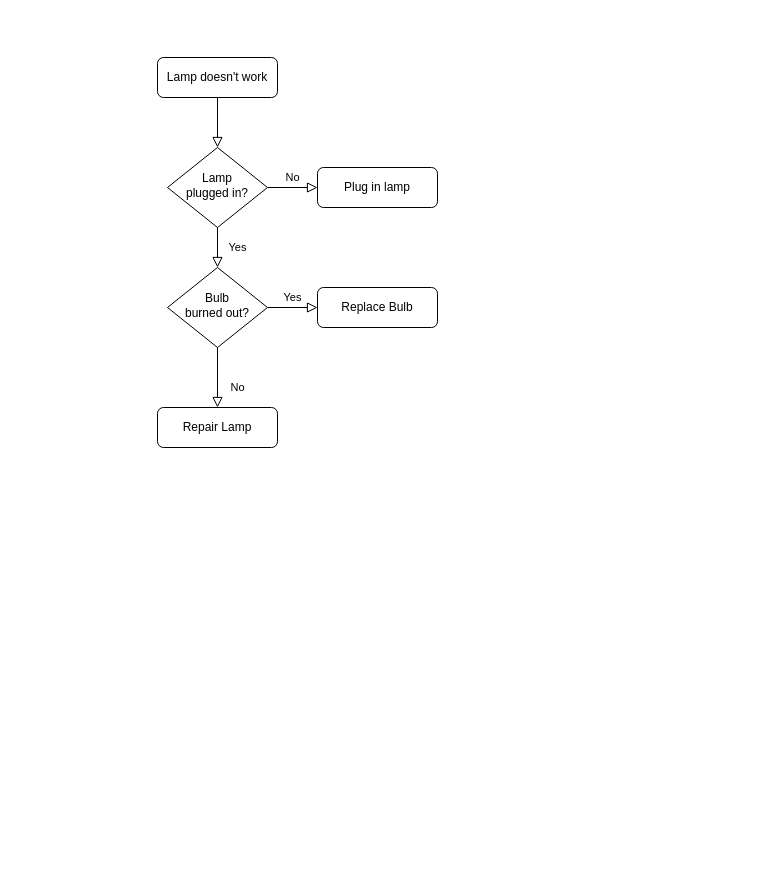
paucoma/diagrams_dot_net keeps this draw.io diagram as AdicPrepCrypt_Flow.drawio. Above is the earlier version. Source tidied: cells renumbered, new cells numbered last; positions are measured from the earlier drawing's top-left corner, leaving out a move shared by most shapes. Both pictures are drawn from the tidied source at 100%, with x=0, y=0 at pixel (157, 57).
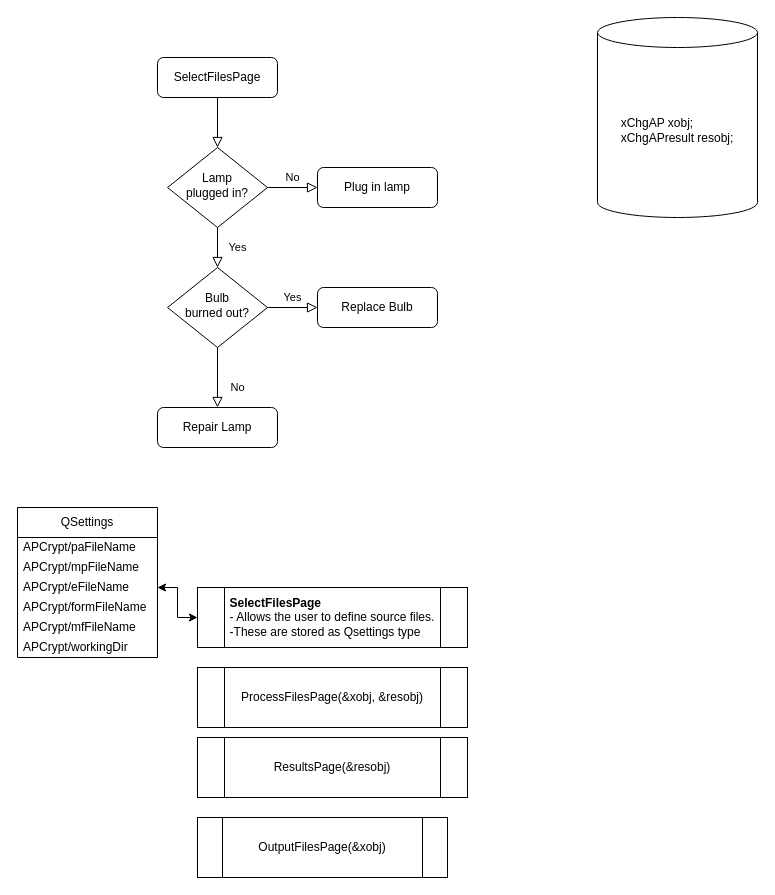
Above is the later version.

Commit message:
Done first pass SelectFilesPage

Diff of the diagram source:
```diff
@@
-    <mxCell id="3" value="Lamp doesn't work" style="rounded=1;whiteSpace=wrap;html=1;fontSize=12;glass=0;strokeWidth=1;shadow=0;" parent="1" vertex="1">
+    <mxCell id="3" value="SelectFilesPage" style="rounded=1;whiteSpace=wrap;html=1;fontSize=12;glass=0;strokeWidth=1;shadow=0;" parent="1" vertex="1">
       <mxGeometry width="120" height="40" as="geometry" />
     </mxCell>
@@
+    <mxCell id="13" value="&lt;div style=&quot;text-align: left;&quot;&gt;xChgAP xobj;&lt;/div&gt;&lt;div style=&quot;text-align: left;&quot;&gt; xChgAPresult resobj;&lt;/div&gt;" style="shape=cylinder3;whiteSpace=wrap;html=1;boundedLbl=1;backgroundOutline=1;size=15;" parent="1" vertex="1">
+      <mxGeometry x="440" y="-40" width="160" height="200" as="geometry" />
+    </mxCell>
+    <mxCell id="14" value="&lt;div style=&quot;text-align: left;&quot;&gt;&lt;span style=&quot;background-color: initial;&quot;&gt;&lt;b&gt;SelectFilesPage&lt;/b&gt;&lt;/span&gt;&lt;/div&gt;&lt;div style=&quot;text-align: left;&quot;&gt;&lt;span style=&quot;background-color: initial;&quot;&gt;- Allows the user to define source files.&lt;/span&gt;&lt;/div&gt;&lt;div style=&quot;text-align: left;&quot;&gt;&lt;span style=&quot;background-color: initial;&quot;&gt;-These are stored as Qsettings type&lt;/span&gt;&lt;/div&gt;" style="shape=process;whiteSpace=wrap;html=1;backgroundOutline=1;" parent="1" vertex="1">
+      <mxGeometry x="40" y="530" width="270" height="60" as="geometry" />
+    </mxCell>
+    <mxCell id="15" value="ProcessFilesPage(&amp;amp;xobj, &amp;amp;resobj)" style="shape=process;whiteSpace=wrap;html=1;backgroundOutline=1;" parent="1" vertex="1">
+      <mxGeometry x="40" y="610" width="270" height="60" as="geometry" />
+    </mxCell>
+    <mxCell id="16" value="ResultsPage(&amp;amp;resobj)" style="shape=process;whiteSpace=wrap;html=1;backgroundOutline=1;" parent="1" vertex="1">
+      <mxGeometry x="40" y="680" width="270" height="60" as="geometry" />
+    </mxCell>
+    <mxCell id="17" value="OutputFilesPage(&amp;amp;xobj)" style="shape=process;whiteSpace=wrap;html=1;backgroundOutline=1;" parent="1" vertex="1">
+      <mxGeometry x="40" y="760" width="250" height="60" as="geometry" />
+    </mxCell>
+    <mxCell id="18" value="QSettings" style="swimlane;fontStyle=0;horizontal=1;startSize=30;whiteSpace=wrap;html=1;" parent="1" vertex="1">
+      <mxGeometry x="-140" y="450" width="140" height="150" as="geometry" />
+    </mxCell>
+    <mxCell id="19" value="APCrypt/paFileName" style="text;strokeColor=none;fillColor=none;align=left;verticalAlign=middle;spacingLeft=4;spacingRight=4;overflow=hidden;whiteSpace=wrap;html=1;" parent="18" vertex="1">
+      <mxGeometry y="30" width="140" height="20" as="geometry" />
+    </mxCell>
+    <mxCell id="20" value="&lt;div&gt;APCrypt/mpFileName&lt;/div&gt;" style="text;strokeColor=none;fillColor=none;align=left;verticalAlign=middle;spacingLeft=4;spacingRight=4;overflow=hidden;whiteSpace=wrap;html=1;" parent="18" vertex="1">
+      <mxGeometry y="50" width="140" height="20" as="geometry" />
+    </mxCell>
+    <mxCell id="21" value="&lt;div&gt;APCrypt/eFileName&lt;/div&gt;" style="text;strokeColor=none;fillColor=none;align=left;verticalAlign=middle;spacingLeft=4;spacingRight=4;overflow=hidden;points=[[0,0.5],[1,0.5]];portConstraint=eastwest;whiteSpace=wrap;html=1;" parent="18" vertex="1">
+      <mxGeometry y="70" width="140" height="20" as="geometry" />
+    </mxCell>
+    <mxCell id="22" value="&lt;div&gt;APCrypt/formFileName&lt;/div&gt;" style="text;strokeColor=none;fillColor=none;align=left;verticalAlign=middle;spacingLeft=4;spacingRight=4;overflow=hidden;whiteSpace=wrap;html=1;" parent="18" vertex="1">
+      <mxGeometry y="90" width="140" height="20" as="geometry" />
+    </mxCell>
+    <mxCell id="23" value="&lt;div&gt;APCrypt/mfFileName&lt;/div&gt;" style="text;strokeColor=none;fillColor=none;align=left;verticalAlign=middle;spacingLeft=4;spacingRight=4;overflow=hidden;whiteSpace=wrap;html=1;" parent="18" vertex="1">
+      <mxGeometry y="110" width="140" height="20" as="geometry" />
+    </mxCell>
+    <mxCell id="24" value="&lt;div&gt;APCrypt/workingDir&lt;/div&gt;" style="text;strokeColor=none;fillColor=none;align=left;verticalAlign=middle;spacingLeft=4;spacingRight=4;overflow=hidden;whiteSpace=wrap;html=1;" parent="18" vertex="1">
+      <mxGeometry y="130" width="140" height="20" as="geometry" />
+    </mxCell>
+    <mxCell id="25" style="edgeStyle=orthogonalEdgeStyle;rounded=0;jettySize=auto;html=1;exitX=1;exitY=0.5;exitDx=0;exitDy=0;entryX=0;entryY=0.5;entryDx=0;entryDy=0;startArrow=classic;startFill=1;" parent="1" edge="1" source="21" target="14">
+      <mxGeometry relative="1" as="geometry" />
+    </mxCell>
```
